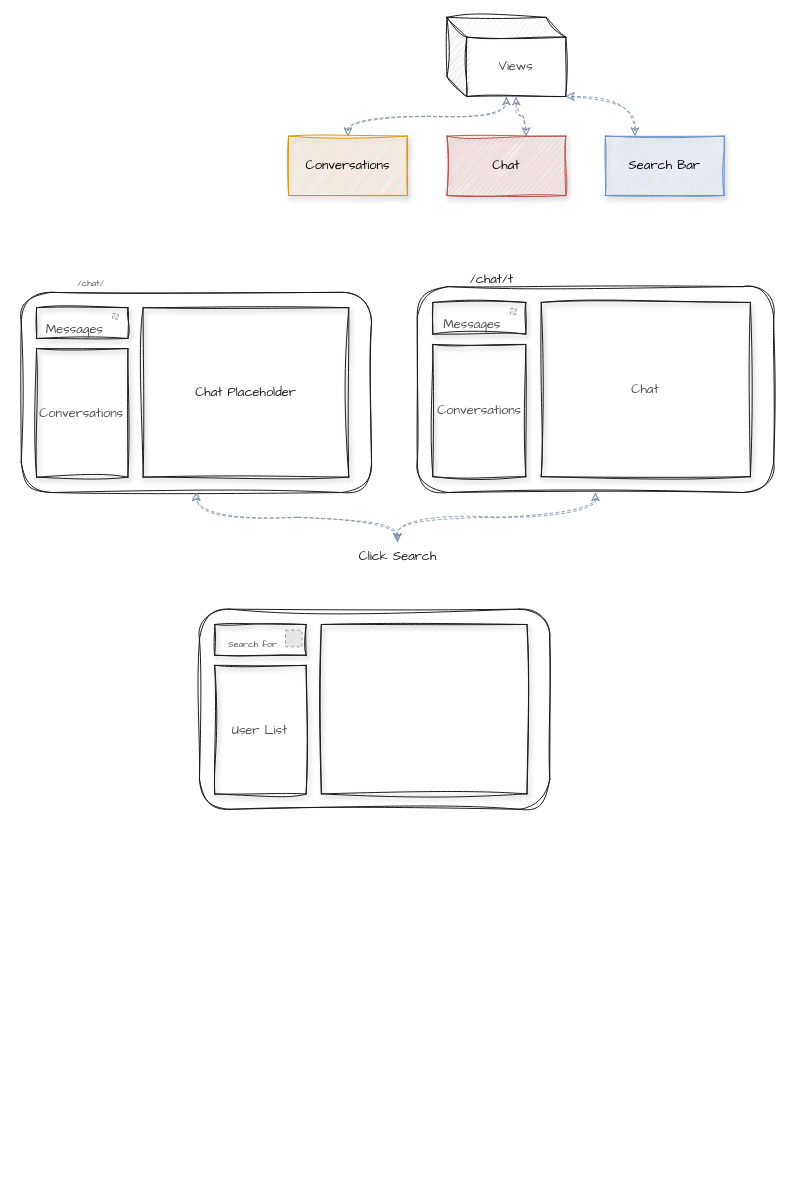
Earlier version of the draw.io diagram Diagram bez tytułu.drawio (MichalWalczuk/graphs-dev). Source tidied: cells renumbered, new cells numbered last; positions are measured from the earlier drawing's top-left corner, leaving out a move shared by most shapes. Both pictures are drawn from the tidied source at 99%, with x=0, y=0 at pixel (21, 17). Pictures stored in the file or linked from it are replaced by grey dashed boxes.
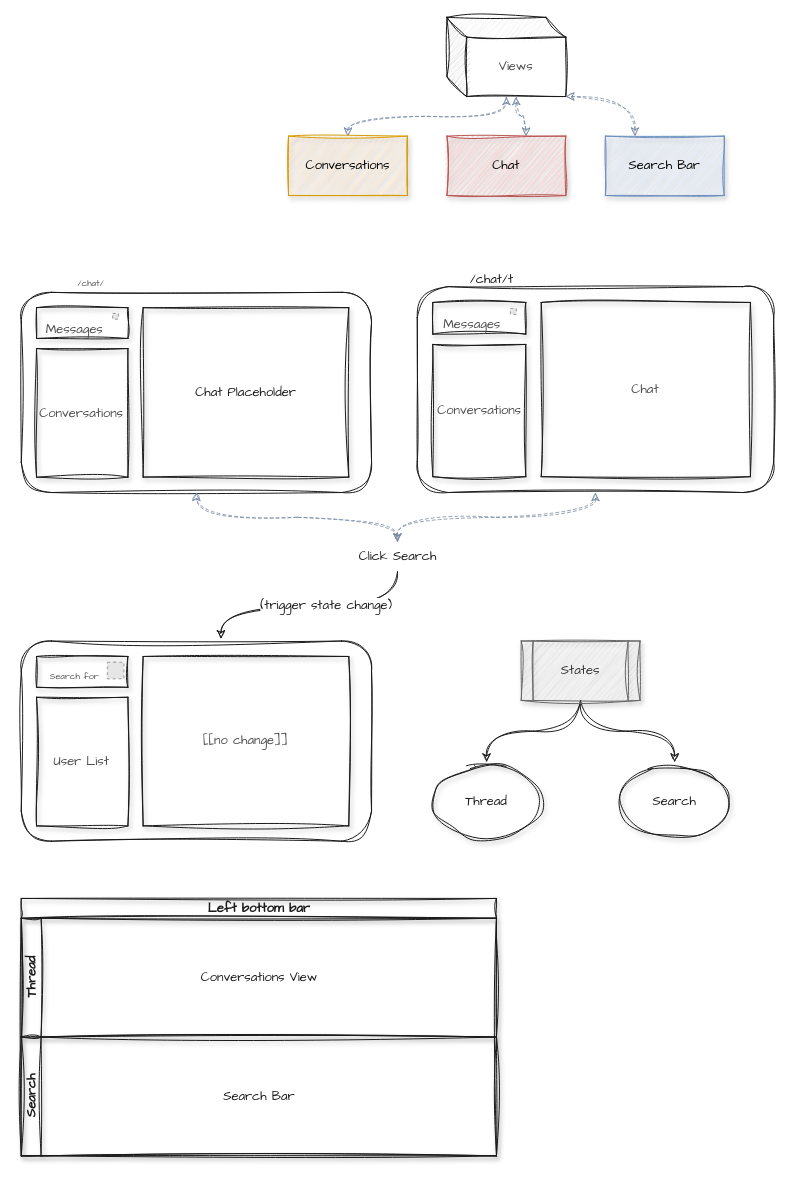
The same page after the edit.

Unchanged cells that the change refers to:
```xml
<mxCell id="29" value="Click Search" style="text;html=1;align=center;verticalAlign=middle;points=[];strokeColor=none;fillColor=none;fontSize=13;fontFamily=Architects Daughter;fontColor=#1A1A1A;sketch=1;hachureGap=4;jiggle=2;" parent="1" vertex="1">
  <mxGeometry x="330" y="530" width="100" height="30" as="geometry" />
</mxCell>
```

Change to the diagram source:
```diff
@@
+    <mxCell id="39" style="edgeStyle=orthogonalEdgeStyle;curved=1;sketch=1;hachureGap=4;jiggle=2;jettySize=auto;html=1;entryX=0.57;entryY=-0.011;entryDx=0;entryDy=0;entryPerimeter=0;strokeColor=#1A1A1A;fontFamily=Architects Daughter;fontSize=13;fontColor=#1A1A1A;startArrow=none;startFill=0;endArrow=classic;endFill=1;fillColor=#B2C9AB;" parent="1" edge="1" source="29" target="31">
+      <mxGeometry relative="1" as="geometry" />
+    </mxCell>
+    <mxCell id="40" value="(trigger state change)" style="edgeLabel;html=1;align=center;verticalAlign=middle;fontSize=13;fontFamily=Architects Daughter;fontColor=#1A1A1A;" parent="39" vertex="1">
+      <mxGeometry x="-0.12" y="-2" relative="1" as="geometry" />
+    </mxCell>
@@
     <mxCell id="30" style="group;" parent="1" vertex="1">
-      <mxGeometry x="180" y="590" width="540" height="450" as="geometry" />
+      <mxGeometry x="180" y="630" width="550" height="475" as="geometry" />
     </mxCell>
+    <mxCell id="41" style="group;" parent="30" vertex="1">
+      <mxGeometry x="-180" width="353.8" height="202.2" as="geometry" />
+    </mxCell>
-    <mxCell id="31" style="whiteSpace=wrap;html=1;rounded=1;shadow=0;glass=1;sketch=1;hachureGap=4;jiggle=2;fillStyle=zigzag;strokeColor=#1A1A1A;fontFamily=Architects Daughter;fontSize=13;fontColor=#4D4D4D;fillColor=none;" parent="30" vertex="1">
-      <mxGeometry y="7.8" width="353.8" height="202.2" as="geometry" />
+    <mxCell id="31" style="whiteSpace=wrap;html=1;rounded=1;shadow=0;glass=1;sketch=1;hachureGap=4;jiggle=2;fillStyle=zigzag;strokeColor=#1A1A1A;fontFamily=Architects Daughter;fontSize=13;fontColor=#4D4D4D;fillColor=none;" parent="41" vertex="1">
+      <mxGeometry width="353.8" height="202.2" as="geometry" />
     </mxCell>
-    <mxCell id="32" style="rounded=0;whiteSpace=wrap;html=1;shadow=1;glass=0;sketch=1;hachureGap=4;jiggle=2;fillStyle=zigzag;strokeColor=#1A1A1A;fontFamily=Architects Daughter;fontSize=13;fontColor=#4D4D4D;fillColor=none;" parent="30" vertex="1">
-      <mxGeometry x="123.1" y="23.3" width="207.7" height="171.1" as="geometry" />
+    <mxCell id="32" value="[[no change]]" style="rounded=0;whiteSpace=wrap;html=1;shadow=1;glass=0;sketch=1;hachureGap=4;jiggle=2;fillStyle=zigzag;strokeColor=#1A1A1A;fontFamily=Architects Daughter;fontSize=13;fontColor=#4D4D4D;fillColor=none;" parent="41" vertex="1">
+      <mxGeometry x="123.1" y="15.6" width="207.7" height="171.1" as="geometry" />
     </mxCell>
-    <mxCell id="33" value="User List" style="rounded=0;whiteSpace=wrap;html=1;shadow=1;glass=0;sketch=1;hachureGap=4;jiggle=2;fillStyle=zigzag;strokeColor=#1A1A1A;fontFamily=Architects Daughter;fontSize=13;fontColor=#4D4D4D;fillColor=none;" parent="30" vertex="1">
-      <mxGeometry x="15.4" y="64.6" width="92.3" height="129.9" as="geometry" />
+    <mxCell id="33" value="User List" style="rounded=0;whiteSpace=wrap;html=1;shadow=1;glass=0;sketch=1;hachureGap=4;jiggle=2;fillStyle=zigzag;strokeColor=#1A1A1A;fontFamily=Architects Daughter;fontSize=13;fontColor=#4D4D4D;fillColor=none;" parent="41" vertex="1">
+      <mxGeometry x="15.4" y="56.8" width="92.3" height="129.9" as="geometry" />
     </mxCell>
-    <mxCell id="34" style="group;" parent="30" vertex="1">
-      <mxGeometry x="15.4" y="23.3" width="92.3" height="31.1" as="geometry" />
+    <mxCell id="34" style="group;" parent="41" vertex="1">
+      <mxGeometry x="15.4" y="15.6" width="92.3" height="31.1" as="geometry" />
     </mxCell>
@@
+    <mxCell id="42" value="Search" style="ellipse;whiteSpace=wrap;html=1;rounded=0;shadow=1;glass=0;sketch=1;hachureGap=4;jiggle=2;fillStyle=zigzag;strokeColor=#1A1A1A;fontFamily=Architects Daughter;fontSize=13;fontColor=#1A1A1A;fillColor=none;" parent="30" vertex="1">
+      <mxGeometry x="420" y="122.2" width="120" height="80" as="geometry" />
+    </mxCell>
+    <mxCell id="43" value="Thread" style="ellipse;whiteSpace=wrap;html=1;rounded=0;shadow=1;glass=0;sketch=1;hachureGap=4;jiggle=2;fillStyle=zigzag;strokeColor=#1A1A1A;fontFamily=Architects Daughter;fontSize=13;fontColor=#1A1A1A;fillColor=none;" parent="30" vertex="1">
+      <mxGeometry x="230" y="122.2" width="120" height="80" as="geometry" />
+    </mxCell>
+    <mxCell id="44" style="edgeStyle=orthogonalEdgeStyle;curved=1;sketch=1;hachureGap=4;jiggle=2;jettySize=auto;html=1;entryX=0.5;entryY=0;entryDx=0;entryDy=0;strokeColor=#1A1A1A;fontFamily=Architects Daughter;fontSize=13;fontColor=#1A1A1A;startArrow=none;startFill=0;endArrow=classic;endFill=1;fillColor=#B2C9AB;" parent="30" edge="1" source="46" target="43">
+      <mxGeometry relative="1" as="geometry" />
+    </mxCell>
+    <mxCell id="45" style="edgeStyle=orthogonalEdgeStyle;curved=1;sketch=1;hachureGap=4;jiggle=2;jettySize=auto;html=1;entryX=0.5;entryY=0;entryDx=0;entryDy=0;strokeColor=#1A1A1A;fontFamily=Architects Daughter;fontSize=13;fontColor=#1A1A1A;startArrow=none;startFill=0;endArrow=classic;endFill=1;fillColor=#B2C9AB;" parent="30" edge="1" source="46" target="42">
+      <mxGeometry relative="1" as="geometry" />
+    </mxCell>
+    <mxCell id="46" value="States" style="shape=process;whiteSpace=wrap;html=1;backgroundOutline=1;rounded=0;shadow=1;glass=0;sketch=1;hachureGap=4;jiggle=2;fillStyle=zigzag;strokeColor=#666666;fontFamily=Architects Daughter;fontSize=13;fillColor=#f5f5f5;fontColor=#333333;" parent="30" vertex="1">
+      <mxGeometry x="325" width="120" height="60" as="geometry" />
+    </mxCell>
+    <mxCell id="47" value="Search Bar" style="text;html=1;align=center;verticalAlign=middle;strokeColor=none;fillColor=none;fontSize=13;fontFamily=Architects Daughter;fontColor=#1A1A1A;rounded=0;shadow=1;glass=0;sketch=1;hachureGap=4;jiggle=2;fillStyle=zigzag;" parent="30" vertex="1">
+      <mxGeometry x="10" y="445" width="100" height="30" as="geometry" />
+    </mxCell>
+    <mxCell id="48" value="Left bottom bar" style="swimlane;horizontal=1;startSize=20;html=1;rounded=0;shadow=1;glass=0;sketch=1;hachureGap=4;jiggle=2;fillStyle=zigzag;strokeColor=#1A1A1A;fontFamily=Architects Daughter;fontSize=13;fontColor=#1A1A1A;fillColor=none;" parent="1" vertex="1">
+      <mxGeometry y="890" width="480" height="260" as="geometry" />
+    </mxCell>
+    <mxCell id="49" value="Thread" style="swimlane;startSize=20;horizontal=0;html=1;rounded=0;shadow=1;glass=0;sketch=1;hachureGap=4;jiggle=2;fillStyle=zigzag;strokeColor=#1A1A1A;fontFamily=Architects Daughter;fontSize=13;fontColor=#1A1A1A;fillColor=none;" parent="48" vertex="1">
+      <mxGeometry y="20" width="480" height="120" as="geometry" />
+    </mxCell>
+    <mxCell id="50" value="Search" style="swimlane;startSize=20;horizontal=0;html=1;rounded=0;shadow=1;glass=0;sketch=1;hachureGap=4;jiggle=2;fillStyle=zigzag;strokeColor=#1A1A1A;fontFamily=Architects Daughter;fontSize=13;fontColor=#1A1A1A;fillColor=none;" parent="48" vertex="1">
+      <mxGeometry y="140" width="480" height="120" as="geometry" />
+    </mxCell>
+    <mxCell id="51" value="Conversations View" style="text;html=1;align=center;verticalAlign=middle;strokeColor=none;fillColor=none;fontSize=13;fontFamily=Architects Daughter;fontColor=#1A1A1A;sketch=1;hachureGap=4;jiggle=2;" parent="1" vertex="1">
+      <mxGeometry x="170" y="955" width="140" height="30" as="geometry" />
+    </mxCell>
```
